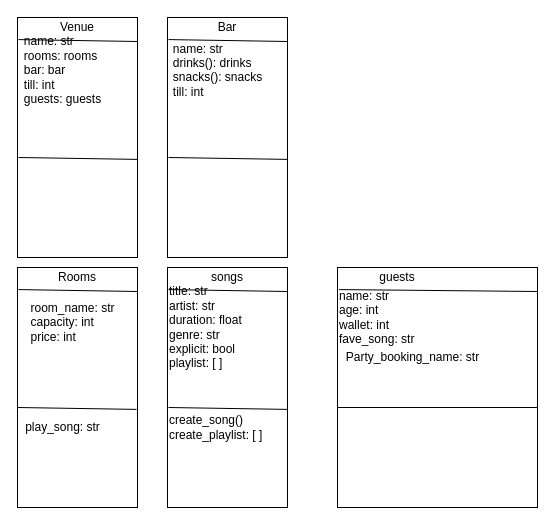
C1V1L14N/wk2_HW keeps this draw.io diagram as codeclan_caraoke.drawio. Above is the earlier version. Source tidied: cells renumbered, new cells numbered last; positions are measured from the earlier drawing's top-left corner, leaving out a move shared by most shapes. Both pictures are drawn from the tidied source at 100%, with x=0, y=0 at pixel (17, 17).
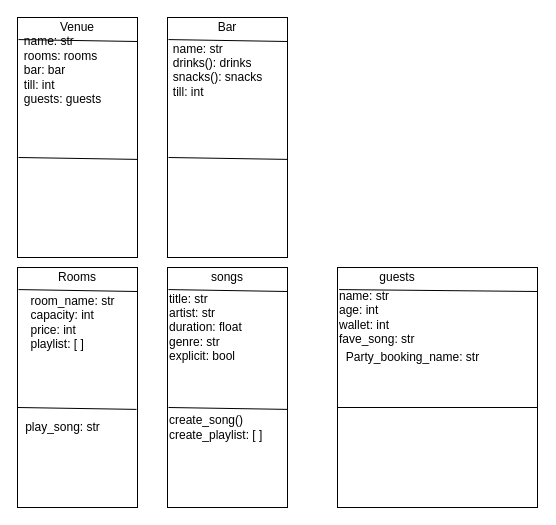
The same diagram, later.

The edit, as a diff of the source:
```diff
@@
-    <mxCell id="14" value="&lt;div style=&quot;text-align: left&quot;&gt;&lt;span&gt;room_name: str&lt;/span&gt;&lt;/div&gt;&lt;div style=&quot;text-align: left&quot;&gt;&lt;span&gt;capacity: int&lt;/span&gt;&lt;/div&gt;&lt;div style=&quot;text-align: left&quot;&gt;&lt;span&gt;price: int&lt;/span&gt;&lt;/div&gt;" style="text;html=1;align=center;verticalAlign=middle;" parent="1" vertex="1">
-      <mxGeometry x="5" y="280" width="100" height="50" as="geometry" />
+    <mxCell id="14" value="&lt;div style=&quot;text-align: left&quot;&gt;&lt;span&gt;room_name: str&lt;/span&gt;&lt;/div&gt;&lt;div style=&quot;text-align: left&quot;&gt;&lt;span&gt;capacity: int&lt;/span&gt;&lt;/div&gt;&lt;div style=&quot;text-align: left&quot;&gt;&lt;span&gt;price: int&lt;/span&gt;&lt;/div&gt;&lt;div style=&quot;text-align: left&quot;&gt;playlist: [ ]&lt;span&gt;&lt;br&gt;&lt;/span&gt;&lt;/div&gt;" style="text;html=1;align=center;verticalAlign=middle;" parent="1" vertex="1">
+      <mxGeometry x="5" y="275" width="100" height="60" as="geometry" />
     </mxCell>
@@
-    <mxCell id="27" value="title: str&lt;br&gt;artist: str&lt;br&gt;duration: float&lt;br&gt;genre: str&lt;br&gt;explicit: bool&lt;br&gt;playlist: [ ]" style="text;html=1;align=left;verticalAlign=middle;" parent="1" vertex="1">
-      <mxGeometry x="150" y="265" width="90" height="90" as="geometry" />
+    <mxCell id="27" value="title: str&lt;br&gt;artist: str&lt;br&gt;duration: float&lt;br&gt;genre: str&lt;br&gt;explicit: bool&lt;br&gt;" style="text;html=1;align=left;verticalAlign=middle;" parent="1" vertex="1">
+      <mxGeometry x="150" y="270" width="90" height="80" as="geometry" />
     </mxCell>
```
